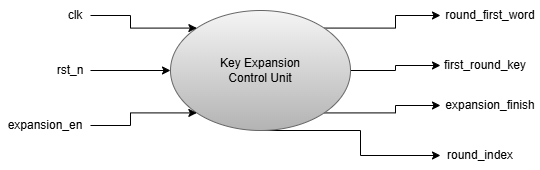
The draw.io diagram media/AESKeyExpansion-CU_High.png in LQLManZz/AES128-Verilog, before a commit. Source tidied: cells renumbered, new cells last; positions are measured from the earlier drawing's top-left corner, leaving out a move shared by most shapes. Its diagram source:
```xml
<mxGraphModel>
  <root>
    <mxCell id="0" />
    <mxCell id="1" parent="0" />
    <mxCell id="2" style="edgeStyle=orthogonalEdgeStyle;rounded=0;jettySize=auto;html=1;exitX=1;exitY=1;exitDx=0;exitDy=0;entryX=0;entryY=0.5;entryDx=0;entryDy=0;" parent="1" edge="1" source="6" target="13">
      <mxGeometry relative="1" as="geometry" />
    </mxCell>
    <mxCell id="3" style="edgeStyle=orthogonalEdgeStyle;rounded=0;jettySize=auto;html=1;exitX=1;exitY=0.5;exitDx=0;exitDy=0;entryX=0;entryY=0.5;entryDx=0;entryDy=0;" parent="1" edge="1" source="6" target="14">
      <mxGeometry relative="1" as="geometry" />
    </mxCell>
    <mxCell id="4" style="edgeStyle=orthogonalEdgeStyle;rounded=0;jettySize=auto;html=1;exitX=1;exitY=0;exitDx=0;exitDy=0;entryX=0;entryY=0.5;entryDx=0;entryDy=0;" parent="1" edge="1" source="6" target="15">
      <mxGeometry relative="1" as="geometry" />
    </mxCell>
    <mxCell id="5" style="edgeStyle=orthogonalEdgeStyle;rounded=0;jettySize=auto;html=1;exitX=0.5;exitY=1;exitDx=0;exitDy=0;entryX=0;entryY=0.5;entryDx=0;entryDy=0;" parent="1" edge="1" source="6" target="16">
      <mxGeometry relative="1" as="geometry">
        <Array as="points">
          <mxPoint x="360" y="130" />
          <mxPoint x="360" y="155" />
        </Array>
      </mxGeometry>
    </mxCell>
    <mxCell id="6" value="Key Expansion&lt;div&gt;Control Unit&lt;/div&gt;" style="ellipse;whiteSpace=wrap;html=1;fillColor=#f5f5f5;gradientColor=#b3b3b3;strokeColor=#666666;" parent="1" vertex="1">
      <mxGeometry x="170" y="10" width="180" height="120" as="geometry" />
    </mxCell>
    <mxCell id="7" style="edgeStyle=orthogonalEdgeStyle;rounded=0;jettySize=auto;html=1;exitX=1;exitY=0.5;exitDx=0;exitDy=0;entryX=0;entryY=0;entryDx=0;entryDy=0;" parent="1" edge="1" source="8" target="6">
      <mxGeometry relative="1" as="geometry" />
    </mxCell>
    <mxCell id="8" value="clk" style="text;html=1;whiteSpace=wrap;strokeColor=none;fillColor=none;align=center;verticalAlign=middle;rounded=0;" parent="1" vertex="1">
      <mxGeometry x="60" width="30" height="30" as="geometry" />
    </mxCell>
    <mxCell id="9" style="edgeStyle=orthogonalEdgeStyle;rounded=0;jettySize=auto;html=1;exitX=1;exitY=0.5;exitDx=0;exitDy=0;entryX=0;entryY=0.5;entryDx=0;entryDy=0;" parent="1" edge="1" source="10" target="6">
      <mxGeometry relative="1" as="geometry" />
    </mxCell>
    <mxCell id="10" value="rst_n" style="text;html=1;whiteSpace=wrap;strokeColor=none;fillColor=none;align=center;verticalAlign=middle;rounded=0;" parent="1" vertex="1">
      <mxGeometry x="50" y="55" width="40" height="30" as="geometry" />
    </mxCell>
    <mxCell id="11" style="edgeStyle=orthogonalEdgeStyle;rounded=0;jettySize=auto;html=1;exitX=1;exitY=0.5;exitDx=0;exitDy=0;entryX=0;entryY=1;entryDx=0;entryDy=0;" parent="1" edge="1" source="12" target="6">
      <mxGeometry relative="1" as="geometry" />
    </mxCell>
    <mxCell id="12" value="expansion_en" style="text;html=1;whiteSpace=wrap;strokeColor=none;fillColor=none;align=center;verticalAlign=middle;rounded=0;" parent="1" vertex="1">
      <mxGeometry y="110" width="90" height="30" as="geometry" />
    </mxCell>
    <mxCell id="13" value="expansion_finish" style="text;html=1;whiteSpace=wrap;strokeColor=none;fillColor=none;align=center;verticalAlign=middle;rounded=0;" parent="1" vertex="1">
      <mxGeometry x="440" y="90" width="100" height="30" as="geometry" />
    </mxCell>
    <mxCell id="14" value="first_round_key" style="text;html=1;whiteSpace=wrap;strokeColor=none;fillColor=none;align=center;verticalAlign=middle;rounded=0;" parent="1" vertex="1">
      <mxGeometry x="440" y="50" width="90" height="30" as="geometry" />
    </mxCell>
    <mxCell id="15" value="round_first_word" style="text;html=1;whiteSpace=wrap;strokeColor=none;fillColor=none;align=center;verticalAlign=middle;rounded=0;" parent="1" vertex="1">
      <mxGeometry x="440" width="100" height="30" as="geometry" />
    </mxCell>
    <mxCell id="16" value="round_index" style="text;html=1;whiteSpace=wrap;strokeColor=none;fillColor=none;align=center;verticalAlign=middle;rounded=0;" parent="1" vertex="1">
      <mxGeometry x="440" y="140" width="80" height="30" as="geometry" />
    </mxCell>
  </root>
</mxGraphModel>
```
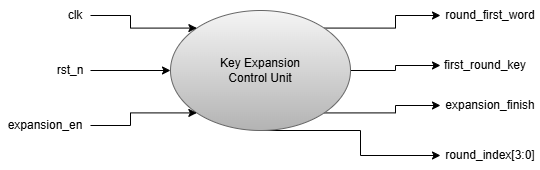
Above is the later version.

What changed in the source:
```diff
@@ -49,8 +49,8 @@
     <mxCell id="15" value="round_first_word" style="text;html=1;whiteSpace=wrap;strokeColor=none;fillColor=none;align=center;verticalAlign=middle;rounded=0;" parent="1" vertex="1">
       <mxGeometry x="440" width="100" height="30" as="geometry" />
     </mxCell>
-    <mxCell id="16" value="round_index" style="text;html=1;whiteSpace=wrap;strokeColor=none;fillColor=none;align=center;verticalAlign=middle;rounded=0;" parent="1" vertex="1">
-      <mxGeometry x="440" y="140" width="80" height="30" as="geometry" />
+    <mxCell id="16" value="round_index[3:0]" style="text;html=1;whiteSpace=wrap;strokeColor=none;fillColor=none;align=center;verticalAlign=middle;rounded=0;" parent="1" vertex="1">
+      <mxGeometry x="440" y="140" width="100" height="30" as="geometry" />
     </mxCell>
   </root>
 </mxGraphModel>
```
